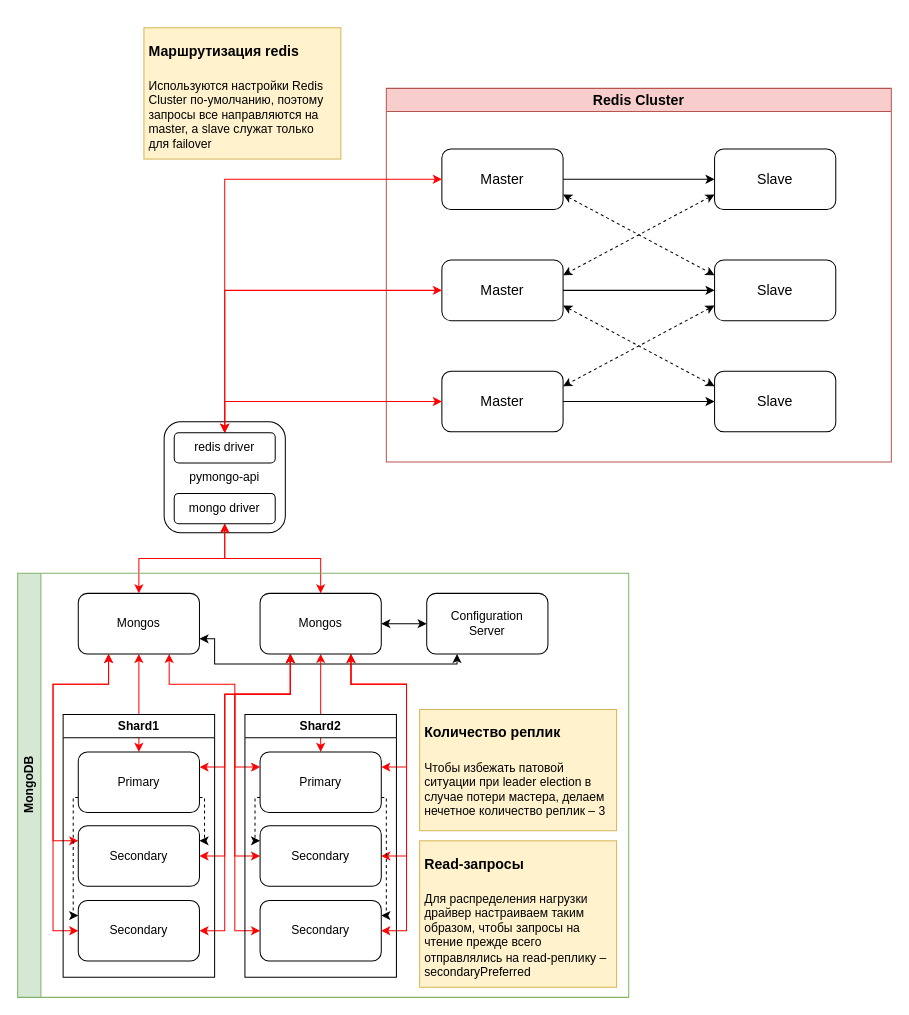
Earlier version of the draw.io diagram page "+Cache" (4 of 4) of task1.drawio (tkabdullin/arch-project-sprint-2). Source tidied: cells renumbered, new cells numbered last; positions are measured from the earlier drawing's top-left corner, leaving out a move shared by most shapes. Both pictures are drawn from the tidied source at 101%, with x=0, y=0 at pixel (17, 27).
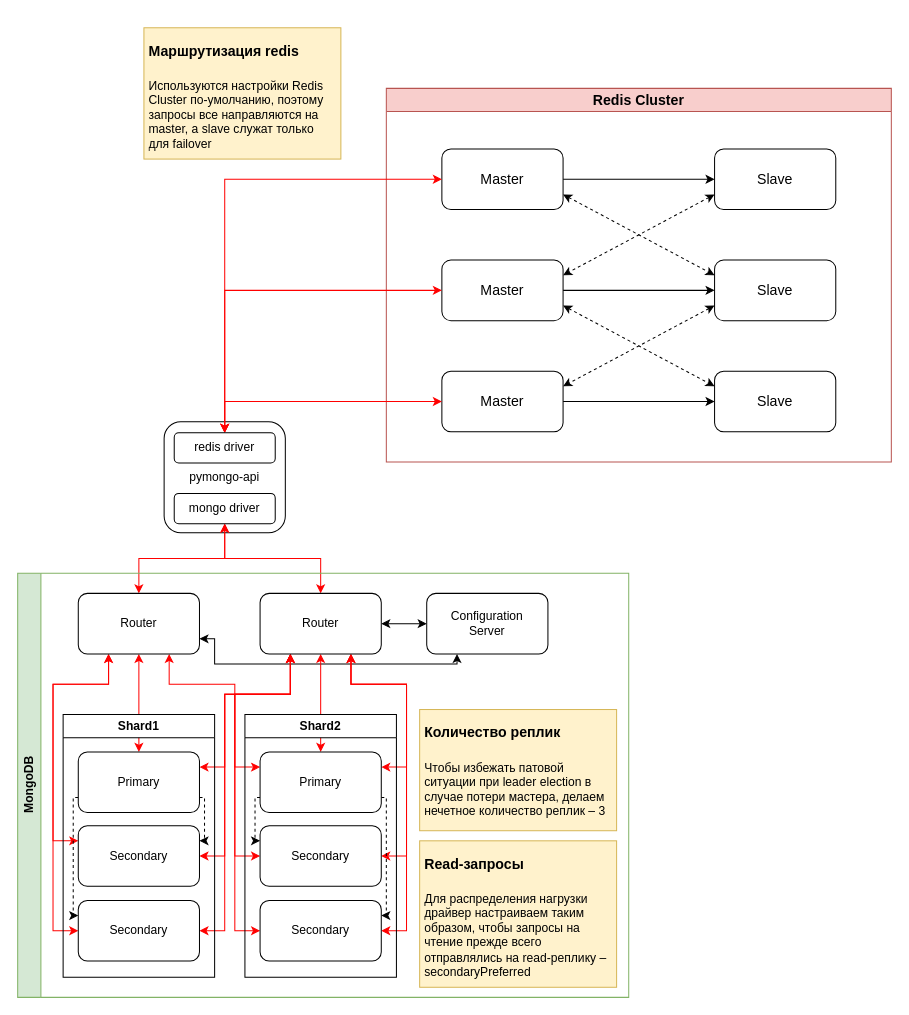
After the change.

Commit message (it also covers changes not shown here):
task 2: one more router has been added

Unchanged cells that the change refers to:
```xml
<mxCell id="6" value="MongoDB" style="swimlane;horizontal=0;whiteSpace=wrap;html=1;fillColor=#d5e8d4;strokeColor=#82b366;" parent="1" vertex="1">
  <mxGeometry y="540" width="605" height="420" as="geometry" />
</mxCell>
```

What changed in the source:
```diff
@@
-    <mxCell id="12" value="Mongos" style="rounded=1;whiteSpace=wrap;html=1;" parent="6" vertex="1">
+    <mxCell id="12" value="Router" style="rounded=1;whiteSpace=wrap;html=1;" parent="6" vertex="1">
       <mxGeometry x="60" y="20" width="120" height="60" as="geometry" />
     </mxCell>
@@
-    <mxCell id="23" value="Mongos" style="rounded=1;whiteSpace=wrap;html=1;" parent="6" vertex="1">
+    <mxCell id="23" value="Router" style="rounded=1;whiteSpace=wrap;html=1;" parent="6" vertex="1">
       <mxGeometry x="240" y="20" width="120" height="60" as="geometry" />
     </mxCell>
```
